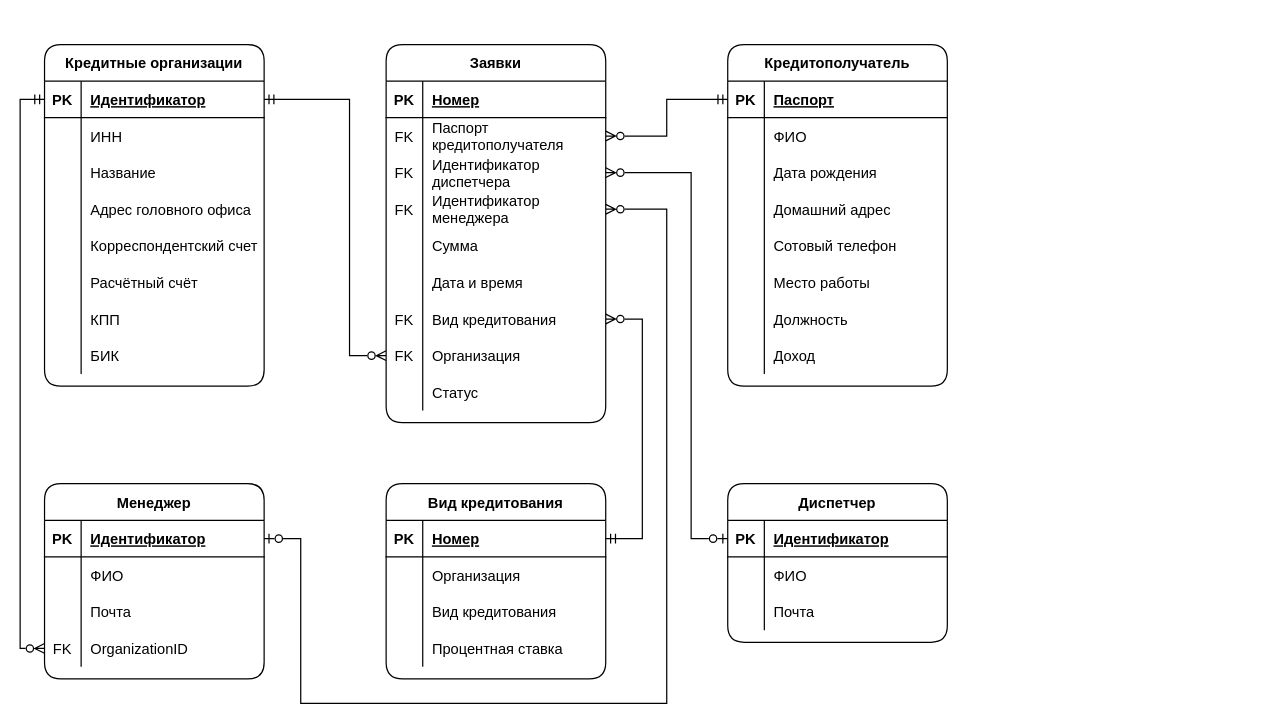
sothug/Loan-applications keeps this draw.io diagram as Diagrams/Entity Relationship.drawio. Above is the earlier version. Source tidied: cells renumbered, new cells numbered last; positions are measured from the earlier drawing's top-left corner, leaving out a move shared by most shapes. Both pictures are drawn from the tidied source at 122%, with x=0, y=0 at pixel (-5, 44).
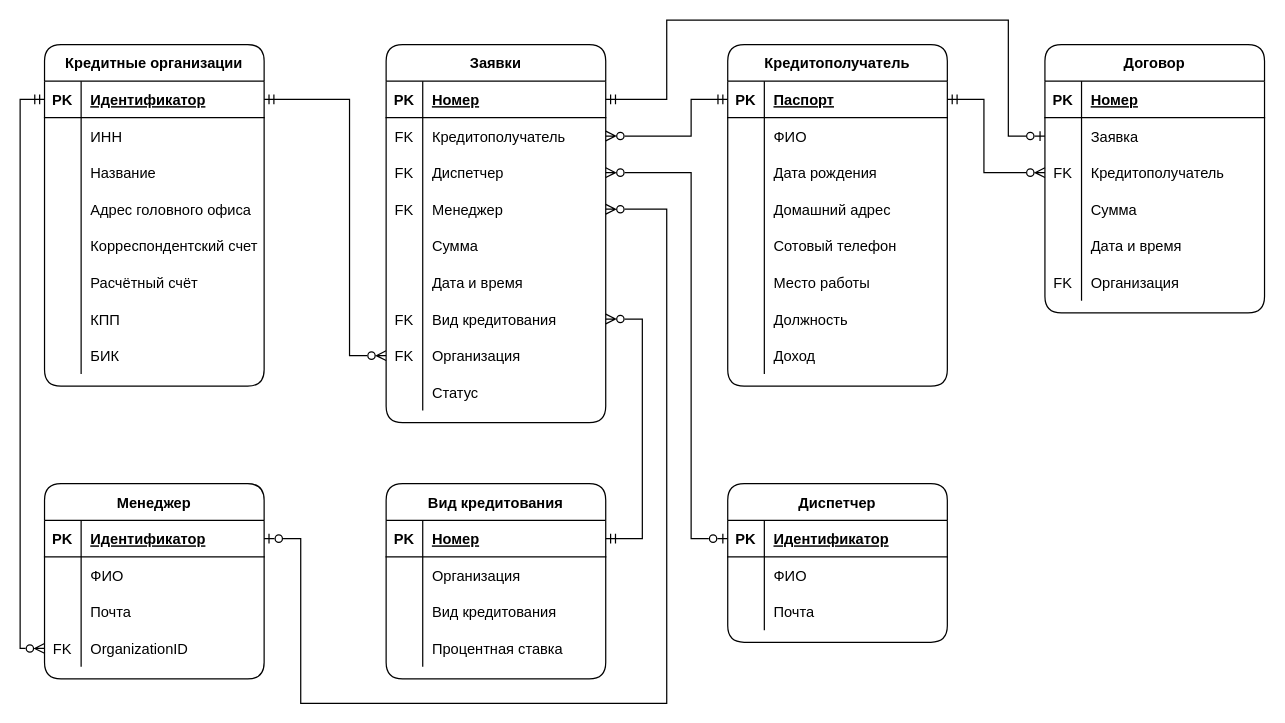
The same page after the edit.

The change refers to these unchanged cells:
```xml
<mxCell id="41" style="shape=partialRectangle;fillColor=none;top=0;left=0;bottom=1;right=0;points=[[0,0.5],[1,0.5]];portConstraint=eastwest;rounded=1;" parent="40" vertex="1">
  <mxGeometry y="30" width="180" height="30" as="geometry" />
</mxCell>
<mxCell id="66" style="shape=partialRectangle;fillColor=none;top=0;left=0;bottom=1;right=0;points=[[0,0.5],[1,0.5]];portConstraint=eastwest;rounded=1;" parent="65" vertex="1">
  <mxGeometry y="30" width="180" height="30" as="geometry" />
</mxCell>
<mxCell id="69" style="shape=partialRectangle;fillColor=none;top=0;left=0;bottom=0;right=0;points=[[0,0.5],[1,0.5]];portConstraint=eastwest;rounded=1;" parent="65" vertex="1">
  <mxGeometry y="60" width="180" height="30" as="geometry" />
</mxCell>
<mxCell id="72" style="shape=partialRectangle;fillColor=none;top=0;left=0;bottom=0;right=0;points=[[0,0.5],[1,0.5]];portConstraint=eastwest;rounded=1;" parent="65" vertex="1">
  <mxGeometry y="90" width="180" height="30" as="geometry" />
</mxCell>
<mxCell id="75" style="shape=partialRectangle;fillColor=none;top=0;left=0;bottom=0;right=0;points=[[0,0.5],[1,0.5]];portConstraint=eastwest;rounded=1;" parent="65" vertex="1">
  <mxGeometry y="120" width="180" height="30" as="geometry" />
</mxCell>
```

The edit, as a diff of the source:
```diff
@@
-    <mxCell id="65" value="Заявки" style="shape=table;startSize=30;childLayout=tableLayout;rowLines=0;fontStyle=1;align=center;rounded=1;fontColor=default;" parent="1" vertex="1">
+    <mxCell id="65" value="Заявки" style="shape=table;startSize=30;childLayout=tableLayout;rowLines=0;fontStyle=1;align=center;rounded=1;fontColor=default;fillColor=default;strokeColor=default;" parent="1" vertex="1">
       <mxGeometry x="320" width="180" height="310" as="geometry" />
     </mxCell>
@@
-    <mxCell id="71" value="Паспорт &#10;кредитополучателя" style="shape=partialRectangle;fillColor=none;top=0;left=0;bottom=0;right=0;align=left;spacingLeft=6;overflow=hidden;rounded=1;fontColor=default;" parent="69" vertex="1">
+    <mxCell id="71" value="Кредитополучатель" style="shape=partialRectangle;fillColor=none;top=0;left=0;bottom=0;right=0;align=left;spacingLeft=6;overflow=hidden;rounded=1;fontColor=default;" parent="69" vertex="1">
       <mxGeometry x="30" width="150" height="30" as="geometry" />
     </mxCell>
@@
-    <mxCell id="74" value="Идентификатор &#10;диспетчера" style="shape=partialRectangle;fillColor=none;top=0;left=0;bottom=0;right=0;align=left;spacingLeft=6;overflow=hidden;rounded=1;fontColor=default;" parent="72" vertex="1">
+    <mxCell id="74" value="Диспетчер" style="shape=partialRectangle;fillColor=none;top=0;left=0;bottom=0;right=0;align=left;spacingLeft=6;overflow=hidden;rounded=1;fontColor=default;" parent="72" vertex="1">
       <mxGeometry x="30" width="150" height="30" as="geometry" />
     </mxCell>
@@
-    <mxCell id="77" value="Идентификатор &#10;менеджера" style="shape=partialRectangle;fillColor=none;top=0;left=0;bottom=0;right=0;align=left;spacingLeft=6;overflow=hidden;rounded=1;fontColor=default;" parent="75" vertex="1">
+    <mxCell id="77" value="Менеджер" style="shape=partialRectangle;fillColor=none;top=0;left=0;bottom=0;right=0;align=left;spacingLeft=6;overflow=hidden;rounded=1;fontColor=default;" parent="75" vertex="1">
       <mxGeometry x="30" width="150" height="30" as="geometry" />
     </mxCell>
@@
-    <mxCell id="93" style="edgeStyle=orthogonalEdgeStyle;rounded=0;jettySize=auto;html=1;endArrow=ERzeroToMany;endFill=0;startArrow=ERmandOne;startFill=0;" parent="1" edge="1" source="41" target="69">
-      <mxGeometry relative="1" as="geometry" />
+    <mxCell id="93" style="edgeStyle=orthogonalEdgeStyle;rounded=0;jettySize=auto;html=1;endArrow=ERzeroToMany;endFill=0;startArrow=ERmandOne;startFill=0;strokeColor=default;labelBackgroundColor=default;fontColor=default;" parent="1" edge="1" source="41" target="69">
+      <mxGeometry relative="1" as="geometry">
+        <Array as="points">
+          <mxPoint x="570" y="45" />
+          <mxPoint x="570" y="75" />
+        </Array>
+      </mxGeometry>
     </mxCell>
@@
+    <mxCell id="123" value="Договор" style="shape=table;startSize=30;childLayout=tableLayout;rowLines=0;fontStyle=1;align=center;rounded=1;fontColor=default;fillColor=default;strokeColor=default;" parent="1" vertex="1">
+      <mxGeometry x="860" width="180" height="220" as="geometry" />
+    </mxCell>
+    <mxCell id="124" style="shape=partialRectangle;fillColor=none;top=0;left=0;bottom=1;right=0;rounded=1;fontColor=default;" parent="123" vertex="1">
+      <mxGeometry y="30" width="180" height="30" as="geometry" />
+    </mxCell>
+    <mxCell id="125" value="PK" style="shape=partialRectangle;fillColor=none;top=0;left=0;bottom=0;right=0;fontStyle=1;overflow=hidden;rounded=1;" parent="124" vertex="1">
+      <mxGeometry width="30" height="30" as="geometry" />
+    </mxCell>
+    <mxCell id="126" value="Номер" style="shape=partialRectangle;fillColor=none;top=0;left=0;bottom=0;right=0;align=left;spacingLeft=6;fontStyle=5;overflow=hidden;rounded=1;fontColor=default;" parent="124" vertex="1">
+      <mxGeometry x="30" width="150" height="30" as="geometry" />
+    </mxCell>
+    <mxCell id="127" style="shape=partialRectangle;fillColor=none;top=0;left=0;bottom=0;right=0;points=[[0,0.5],[1,0.5]];portConstraint=eastwest;rounded=1;" parent="123" vertex="1">
+      <mxGeometry y="60" width="180" height="30" as="geometry" />
+    </mxCell>
+    <mxCell id="128" style="shape=partialRectangle;fillColor=none;top=0;left=0;bottom=0;right=0;overflow=hidden;rounded=1;fontColor=default;strokeColor=default;" parent="127" vertex="1">
+      <mxGeometry width="30" height="30" as="geometry" />
+    </mxCell>
+    <mxCell id="129" value="Заявка" style="shape=partialRectangle;fillColor=none;top=0;left=0;bottom=0;right=0;align=left;spacingLeft=6;overflow=hidden;rounded=1;fontColor=default;" parent="127" vertex="1">
+      <mxGeometry x="30" width="150" height="30" as="geometry" />
+    </mxCell>
+    <mxCell id="130" style="shape=partialRectangle;fillColor=none;top=0;left=0;bottom=0;right=0;points=[[0,0.5],[1,0.5]];portConstraint=eastwest;rounded=1;" parent="123" vertex="1">
+      <mxGeometry y="90" width="180" height="30" as="geometry" />
+    </mxCell>
+    <mxCell id="131" value="FK" style="shape=partialRectangle;fillColor=none;top=0;left=0;bottom=0;right=0;overflow=hidden;rounded=1;fontColor=default;strokeColor=default;" parent="130" vertex="1">
+      <mxGeometry width="30" height="30" as="geometry" />
+    </mxCell>
+    <mxCell id="132" value="Кредитополучатель" style="shape=partialRectangle;fillColor=none;top=0;left=0;bottom=0;right=0;align=left;spacingLeft=6;overflow=hidden;rounded=1;fontColor=default;strokeColor=default;" parent="130" vertex="1">
+      <mxGeometry x="30" width="150" height="30" as="geometry" />
+    </mxCell>
+    <mxCell id="133" style="shape=partialRectangle;fillColor=none;top=0;left=0;bottom=0;right=0;rounded=1;" parent="123" vertex="1">
+      <mxGeometry y="120" width="180" height="30" as="geometry" />
+    </mxCell>
+    <mxCell id="134" style="shape=partialRectangle;fillColor=none;top=0;left=0;bottom=0;right=0;overflow=hidden;rounded=1;" parent="133" vertex="1">
+      <mxGeometry width="30" height="30" as="geometry" />
+    </mxCell>
+    <mxCell id="135" value="Сумма" style="shape=partialRectangle;fillColor=none;top=0;left=0;bottom=0;right=0;align=left;spacingLeft=6;overflow=hidden;rounded=1;" parent="133" vertex="1">
+      <mxGeometry x="30" width="150" height="30" as="geometry" />
+    </mxCell>
+    <mxCell id="136" style="shape=partialRectangle;fillColor=none;top=0;left=0;bottom=0;right=0;rounded=1;" parent="123" vertex="1">
+      <mxGeometry y="150" width="180" height="30" as="geometry" />
+    </mxCell>
+    <mxCell id="137" style="shape=partialRectangle;fillColor=none;top=0;left=0;bottom=0;right=0;overflow=hidden;rounded=1;" parent="136" vertex="1">
+      <mxGeometry width="30" height="30" as="geometry" />
+    </mxCell>
+    <mxCell id="138" value="Дата и время" style="shape=partialRectangle;fillColor=none;top=0;left=0;bottom=0;right=0;align=left;spacingLeft=6;overflow=hidden;rounded=1;" parent="136" vertex="1">
+      <mxGeometry x="30" width="150" height="30" as="geometry" />
+    </mxCell>
+    <mxCell id="139" style="shape=partialRectangle;fillColor=none;top=0;left=0;bottom=0;right=0;rounded=1;" parent="123" vertex="1">
+      <mxGeometry y="180" width="180" height="30" as="geometry" />
+    </mxCell>
+    <mxCell id="140" value="FK" style="shape=partialRectangle;fillColor=none;top=0;left=0;bottom=0;right=0;overflow=hidden;rounded=1;fontColor=default;" parent="139" vertex="1">
+      <mxGeometry width="30" height="30" as="geometry" />
+    </mxCell>
+    <mxCell id="141" value="Организация" style="shape=partialRectangle;fillColor=none;top=0;left=0;bottom=0;right=0;align=left;spacingLeft=6;overflow=hidden;rounded=1;" parent="139" vertex="1">
+      <mxGeometry x="30" width="150" height="30" as="geometry" />
+    </mxCell>
+    <mxCell id="142" style="edgeStyle=orthogonalEdgeStyle;rounded=0;jettySize=auto;html=1;fontColor=default;strokeColor=default;labelBackgroundColor=default;endArrow=ERzeroToMany;endFill=0;startArrow=ERmandOne;startFill=0;" parent="1" edge="1" source="41" target="130">
+      <mxGeometry relative="1" as="geometry">
+        <Array as="points">
+          <mxPoint x="810" y="45" />
+          <mxPoint x="810" y="105" />
+        </Array>
+      </mxGeometry>
+    </mxCell>
+    <mxCell id="143" style="edgeStyle=orthogonalEdgeStyle;rounded=0;jettySize=auto;html=1;fontColor=default;strokeColor=default;labelBackgroundColor=default;startArrow=ERmandOne;startFill=0;endArrow=ERzeroToOne;endFill=0;" parent="1" edge="1" source="66" target="127">
+      <mxGeometry relative="1" as="geometry">
+        <Array as="points">
+          <mxPoint x="550" y="45" />
+          <mxPoint x="550" y="-20" />
+          <mxPoint x="830" y="-20" />
+          <mxPoint x="830" y="75" />
+        </Array>
+      </mxGeometry>
+    </mxCell>
```
